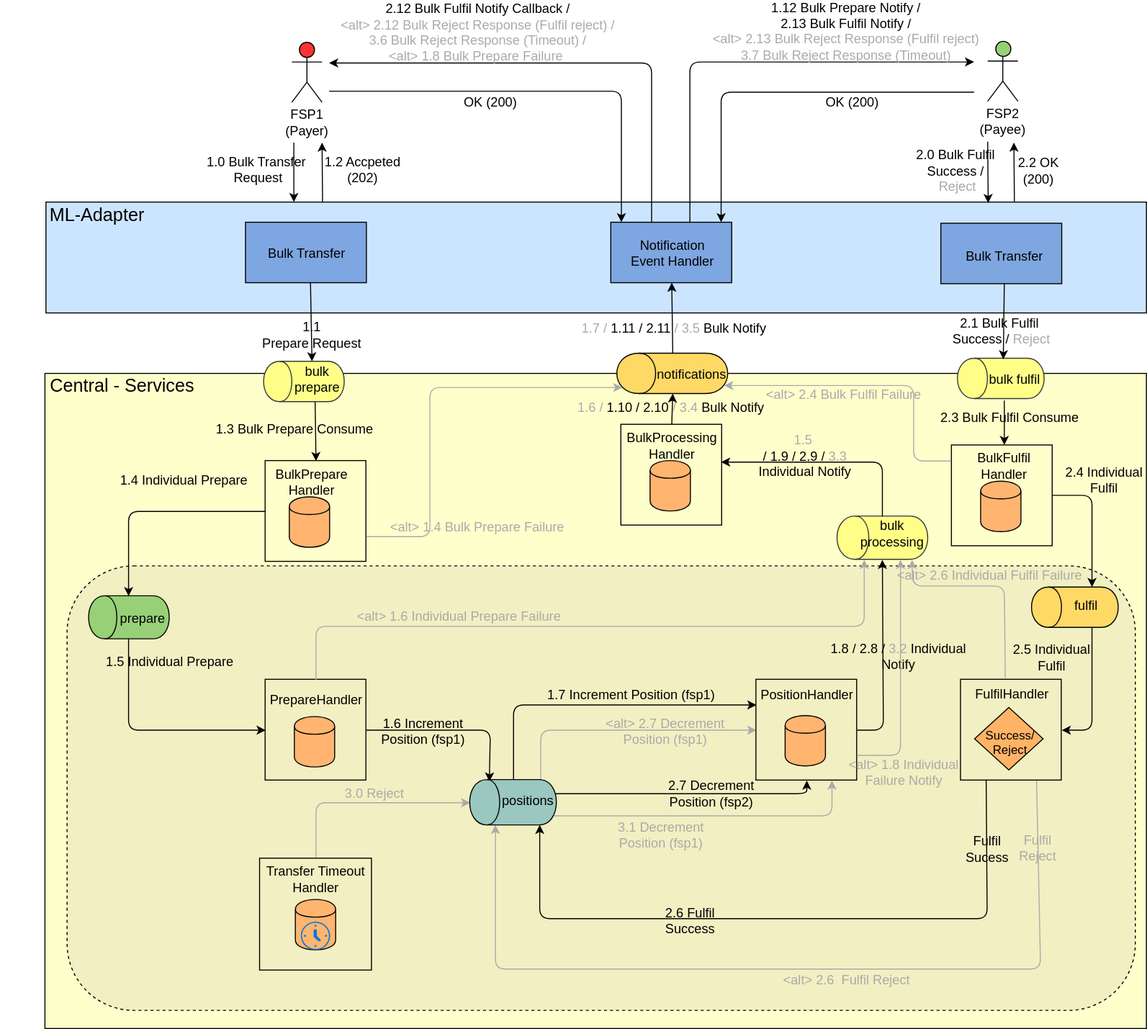
The draw.io diagram mojaloop-technical-overview/central-bulk-transfers/assets/diagrams/architecture/bulk-transfer-arch-flows.svg in mojaloop/documentation, before a commit. Source tidied: cells renumbered, new cells last; positions are measured from the earlier drawing's top-left corner, leaving out a move shared by most shapes.
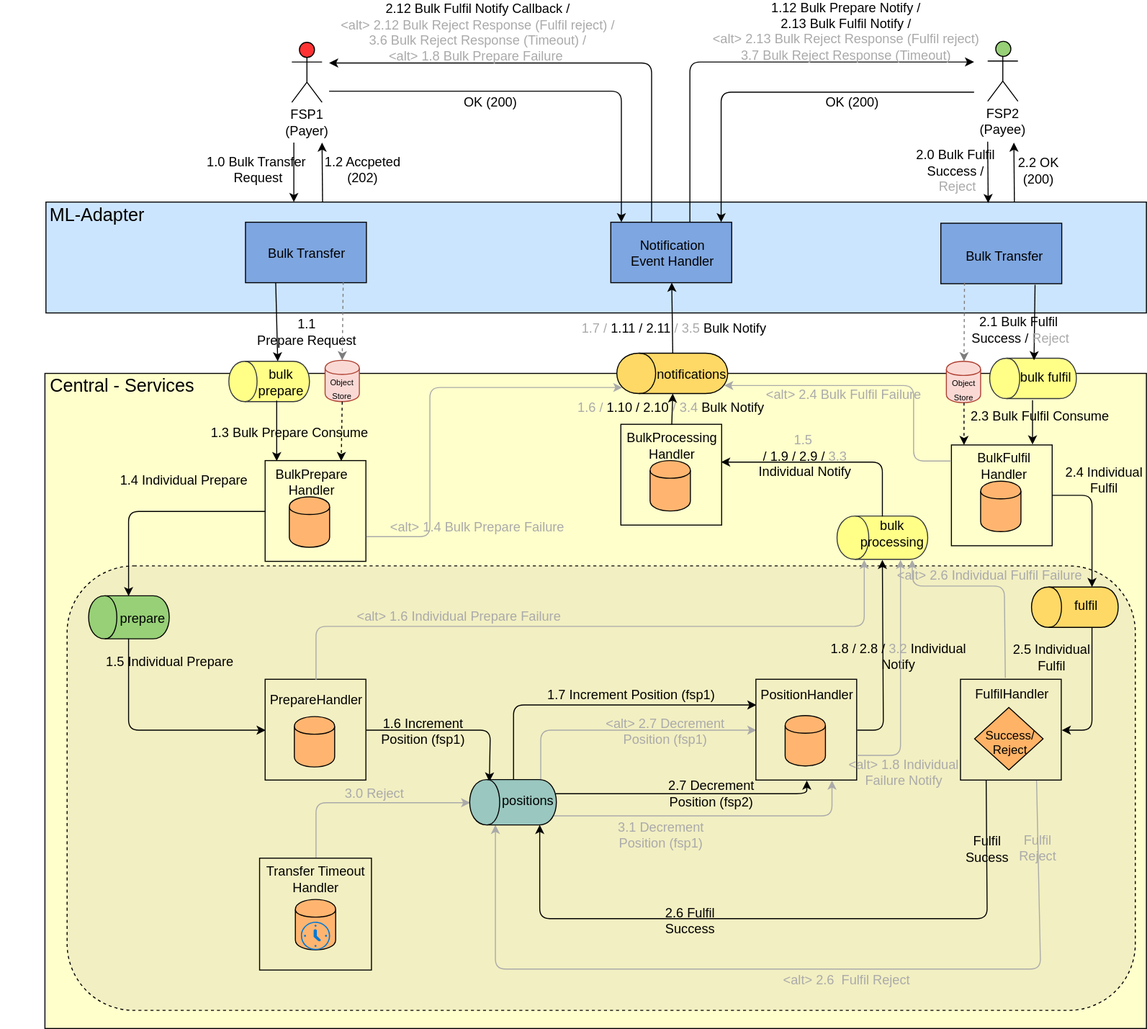
Later version of the same file.

Commit message:
Updating the overall bulk transfer architecture to include the object store between ml-api-adapter and the central services

Change to the diagram source:
```diff
@@ -5,6 +5,9 @@
     <mxCell id="2" style="rounded=0;whiteSpace=wrap;html=1;fillColor=#FFFFCC;fontSize=12;" parent="1" vertex="1">
       <mxGeometry x="44" y="330" width="1093" height="650" as="geometry" />
     </mxCell>
+    <mxCell id="126" style="shape=cylinder;whiteSpace=wrap;html=1;boundedLbl=1;rotation=-90;fillColor=#ffff88;strokeColor=#36393d;" parent="1" vertex="1">
+      <mxGeometry x="246.5" y="298" width="40" height="80" as="geometry" />
+    </mxCell>
     <mxCell id="3" style="rounded=1;whiteSpace=wrap;html=1;fillColor=#F2EFC2;dashed=1;" parent="1" vertex="1">
       <mxGeometry x="66" y="521" width="1060" height="441" as="geometry" />
     </mxCell>
@@ -144,14 +147,12 @@
     <mxCell id="30" value="&lt;font style=&quot;font-size: 13px&quot;&gt;FSP2&lt;br&gt;(Payee)&lt;br&gt;&lt;/font&gt;" style="shape=umlActor;verticalLabelPosition=bottom;labelBackgroundColor=none;verticalAlign=top;html=1;fillColor=#97D077;fontSize=12;spacingTop=-3;" parent="1" vertex="1">
       <mxGeometry x="979.5" width="30" height="60" as="geometry" />
     </mxCell>
-    <mxCell id="31" style="endArrow=classic;html=1;fontSize=12;exitX=0.5;exitY=1;entryX=1;entryY=0.6;entryDx=0;entryDy=0;entryPerimeter=0;" parent="1" edge="1" target="126">
-      <mxGeometry relative="1" as="geometry">
-        <mxPoint x="307.5" y="240" as="sourcePoint" />
-      </mxGeometry>
+    <mxCell id="31" style="endArrow=classic;html=1;fontSize=12;exitX=0.25;exitY=1;entryX=1;entryY=0.6;entryDx=0;entryDy=0;entryPerimeter=0;exitDx=0;exitDy=0;" parent="1" edge="1" source="25" target="126">
+      <mxGeometry relative="1" as="geometry" />
     </mxCell>
     <mxCell id="32" value="&lt;font style=&quot;font-size: 13px&quot;&gt;1.1 &lt;br style=&quot;font-size: 13px&quot;&gt;Prepare Request&lt;/font&gt;" style="text;html=1;align=center;verticalAlign=middle;labelBackgroundColor=none;fontSize=13;" parent="31" vertex="1">
       <mxGeometry x="0.31" y="2" relative="1" as="geometry">
-        <mxPoint x="-2" as="offset" />
+        <mxPoint x="27.5" y="-3" as="offset" />
       </mxGeometry>
     </mxCell>
     <mxCell id="33" style="endArrow=classic;html=1;fontSize=12;exitX=0.33;exitY=0;exitPerimeter=0;" parent="1" edge="1">
@@ -202,10 +203,10 @@
       </mxGeometry>
     </mxCell>
     <mxCell id="42" style="shape=cylinder;whiteSpace=wrap;html=1;boundedLbl=1;rotation=-90;fillColor=#ffff88;strokeColor=#36393d;" parent="1" vertex="1">
-      <mxGeometry x="972.5" y="292" width="40" height="86" as="geometry" />
+      <mxGeometry x="1004.5" y="292" width="40" height="86" as="geometry" />
     </mxCell>
     <mxCell id="43" value="bulk fulfil" style="text;html=1;strokeColor=none;fillColor=none;align=center;verticalAlign=middle;whiteSpace=wrap;rounded=0;fontSize=13;" parent="1" vertex="1">
-      <mxGeometry x="974" y="325" width="65" height="20" as="geometry" />
+      <mxGeometry x="1004.5" y="323.5" width="65" height="20" as="geometry" />
     </mxCell>
     <mxCell id="44" style="endArrow=classic;html=1;fontSize=12;exitX=0.689;exitY=0.994;entryX=0.5;entryY=1;exitDx=0;exitDy=0;exitPerimeter=0;" parent="1" edge="1" source="64" target="118">
       <mxGeometry relative="1" as="geometry">
@@ -221,17 +222,17 @@
     </mxCell>
     <mxCell id="46" style="endArrow=classic;html=1;fontSize=12;" parent="1" edge="1">
       <mxGeometry relative="1" as="geometry">
-        <mxPoint x="996" y="241" as="sourcePoint" />
-        <mxPoint x="995" y="316" as="targetPoint" />
+        <mxPoint x="1026.5" y="242" as="sourcePoint" />
+        <mxPoint x="1025.5" y="317" as="targetPoint" />
       </mxGeometry>
     </mxCell>
     <mxCell id="47" value="&lt;font style=&quot;font-size: 13px&quot;&gt;2.1 Bulk Fulfil&amp;nbsp;&lt;br style=&quot;font-size: 13px&quot;&gt;Success / &lt;font color=&quot;#aaaaaa&quot;&gt;Reject&lt;/font&gt;&lt;/font&gt;&lt;br style=&quot;font-size: 13px&quot;&gt;" style="text;html=1;align=center;verticalAlign=middle;labelBackgroundColor=none;fontSize=13;spacingTop=14;spacingLeft=-1;" parent="1" vertex="1">
-      <mxGeometry x="993.6" y="280" as="geometry" />
+      <mxGeometry x="1012.6" y="279" as="geometry" />
     </mxCell>
     <mxCell id="48" style="endArrow=classic;html=1;fontSize=12;" parent="1" edge="1">
       <mxGeometry relative="1" as="geometry">
-        <mxPoint x="996" y="357" as="sourcePoint" />
-        <mxPoint x="996" y="401" as="targetPoint" />
+        <mxPoint x="1024" y="356.5" as="sourcePoint" />
+        <mxPoint x="1024" y="400.5" as="targetPoint" />
       </mxGeometry>
     </mxCell>
     <mxCell id="49" style="endArrow=classic;html=1;fontSize=12;exitX=0.33;exitY=0;exitPerimeter=0;" parent="1" edge="1">
@@ -348,14 +349,12 @@
     <mxCell id="77" style="shape=cylinder;whiteSpace=wrap;html=1;boundedLbl=1;fillColor=#FFB570;fontSize=12;" parent="74" vertex="1">
       <mxGeometry x="29" y="36" width="40" height="50" as="geometry" />
     </mxCell>
-    <mxCell id="78" style="endArrow=classic;html=1;fontSize=12;entryX=0.5;entryY=0;entryDx=0;entryDy=0;" parent="1" edge="1" target="82">
-      <mxGeometry relative="1" as="geometry">
-        <mxPoint x="312" y="351" as="sourcePoint" />
-      </mxGeometry>
+    <mxCell id="78" style="endArrow=classic;html=1;fontSize=12;entryX=0.115;entryY=0.005;entryDx=0;entryDy=0;exitX=0.025;exitY=0.594;exitDx=0;exitDy=0;exitPerimeter=0;entryPerimeter=0;" parent="1" edge="1" source="126" target="82">
+      <mxGeometry relative="1" as="geometry" />
     </mxCell>
     <mxCell id="79" value="&lt;font style=&quot;font-size: 13px&quot;&gt;1.3 Bulk Prepare Consume&lt;/font&gt;" style="text;html=1;align=center;verticalAlign=middle;labelBackgroundColor=none;fontSize=13;" parent="78" vertex="1">
       <mxGeometry x="-0.24" y="1" relative="1" as="geometry">
-        <mxPoint x="-21.5" y="8" as="offset" />
+        <mxPoint x="11.5" y="8" as="offset" />
       </mxGeometry>
     </mxCell>
     <mxCell id="80" style="group;" parent="1" vertex="1">
@@ -471,7 +470,7 @@
       </mxGeometry>
     </mxCell>
     <mxCell id="108" value="&lt;font style=&quot;font-size: 13px&quot;&gt;2.3 Bulk Fulfil Consume&lt;/font&gt;" style="text;html=1;align=center;verticalAlign=middle;labelBackgroundColor=none;fontSize=13;" parent="1" vertex="1">
-      <mxGeometry x="1009.4" y="363" as="geometry">
+      <mxGeometry x="1039.9" y="361.5" as="geometry">
         <mxPoint x="-8.5" y="10" as="offset" />
       </mxGeometry>
     </mxCell>
@@ -532,14 +531,11 @@
       <mxGeometry x="29" y="37" width="40" height="50" as="geometry" />
     </mxCell>
     <mxCell id="125" style="group;" parent="1" vertex="1">
-      <mxGeometry x="281" y="298" width="59" height="80" as="geometry" />
+      <mxGeometry x="281" y="298" width="87.5" height="80" as="geometry" />
     </mxCell>
-    <mxCell id="126" style="shape=cylinder;whiteSpace=wrap;html=1;boundedLbl=1;rotation=-90;fillColor=#ffff88;strokeColor=#36393d;" parent="125" vertex="1">
-      <mxGeometry width="40" height="80" as="geometry" />
-    </mxCell>
-    <mxCell id="127" value="bulk prepare" style="text;html=1;strokeColor=none;fillColor=none;align=center;verticalAlign=middle;whiteSpace=wrap;rounded=0;fontSize=13;" parent="125" vertex="1">
-      <mxGeometry x="5.5" y="27" width="55" height="20" as="geometry" />
-    </mxCell>
+    <mxCell id="138" value="&lt;font style=&quot;font-size: 8px&quot;&gt;Object Store&lt;/font&gt;" style="shape=cylinder;whiteSpace=wrap;html=1;boundedLbl=1;fillColor=#fad9d5;fontSize=12;strokeColor=#ae4132;fontColor=#000000;" parent="125" vertex="1">
+      <mxGeometry x="41" y="19" width="34" height="41" as="geometry" />
+    </mxCell>
     <mxCell id="128" style="endArrow=classic;html=1;exitX=1;exitY=0.75;exitDx=0;exitDy=0;entryX=0.15;entryY=0.05;entryDx=0;entryDy=0;strokeColor=#AAAAAA;entryPerimeter=0;" parent="1" edge="1" source="82" target="27">
       <mxGeometry relative="1" as="geometry">
         <Array as="points">
@@ -606,5 +602,25 @@
         <mxPoint x="-21.5" y="8" as="offset" />
       </mxGeometry>
     </mxCell>
+    <mxCell id="139" style="endArrow=classic;html=1;dashed=1;fontColor=#7D7D7D;exitX=0.5;exitY=1;exitDx=0;exitDy=0;entryX=0.75;entryY=0;entryDx=0;entryDy=0;" parent="1" edge="1" source="138" target="82">
+      <mxGeometry relative="1" as="geometry" />
+    </mxCell>
+    <mxCell id="127" value="bulk prepare" style="text;html=1;strokeColor=none;fillColor=none;align=center;verticalAlign=middle;whiteSpace=wrap;rounded=0;fontSize=13;" parent="1" vertex="1">
+      <mxGeometry x="250.5" y="328" width="55" height="20" as="geometry" />
+    </mxCell>
+    <mxCell id="140" style="endArrow=classic;html=1;dashed=1;fontColor=#AAAAAA;exitX=0.808;exitY=0.983;exitDx=0;exitDy=0;entryX=0.5;entryY=0;entryDx=0;entryDy=0;strokeColor=#7D7D7D;exitPerimeter=0;" parent="1" edge="1" source="25" target="138">
+      <mxGeometry relative="1" as="geometry" />
+    </mxCell>
+    <mxCell id="141" value="&lt;font style=&quot;font-size: 8px&quot;&gt;Object Store&lt;/font&gt;" style="shape=cylinder;whiteSpace=wrap;html=1;boundedLbl=1;fillColor=#fad9d5;fontSize=12;strokeColor=#ae4132;fontColor=#000000;" parent="1" vertex="1">
+      <mxGeometry x="938.5" y="318" width="34" height="41" as="geometry" />
+    </mxCell>
+    <mxCell id="142" style="endArrow=classic;html=1;dashed=1;fontColor=#7D7D7D;exitX=0.5;exitY=1;exitDx=0;exitDy=0;entryX=0.125;entryY=0;entryDx=0;entryDy=0;entryPerimeter=0;" parent="1" edge="1" source="141" target="75">
+      <mxGeometry relative="1" as="geometry" />
+    </mxCell>
+    <mxCell id="143" style="endArrow=classic;html=1;dashed=1;fontColor=#AAAAAA;exitX=0.808;exitY=0.983;exitDx=0;exitDy=0;entryX=0.5;entryY=0;entryDx=0;entryDy=0;strokeColor=#7D7D7D;exitPerimeter=0;" parent="1" edge="1" target="141">
+      <mxGeometry relative="1" as="geometry">
+        <mxPoint x="956.5" y="240" as="sourcePoint" />
+      </mxGeometry>
+    </mxCell>
   </root>
 </mxGraphModel>
```
